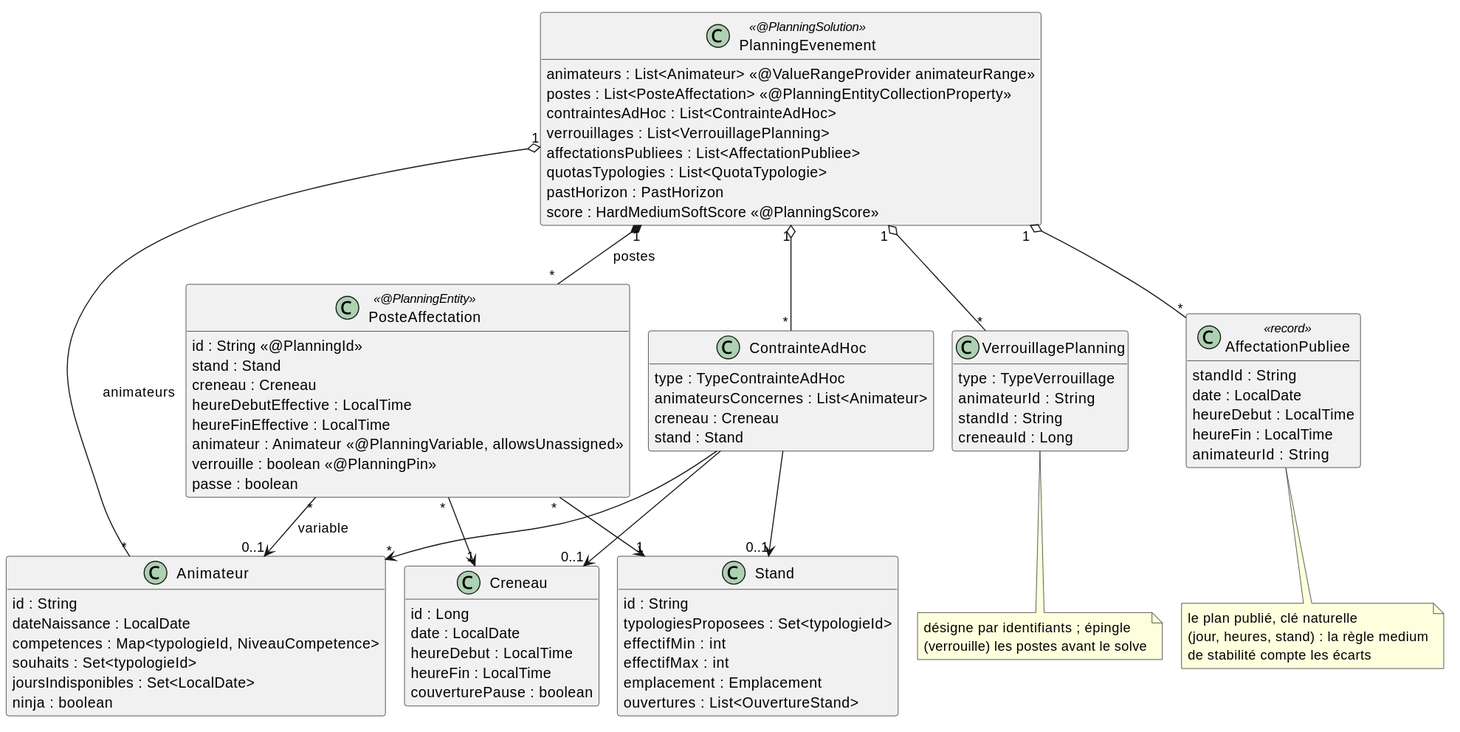
Above: docs/diagrammes/domaine.svg in sylvainmetayer/planning-equipes (PlantUML), before the change.
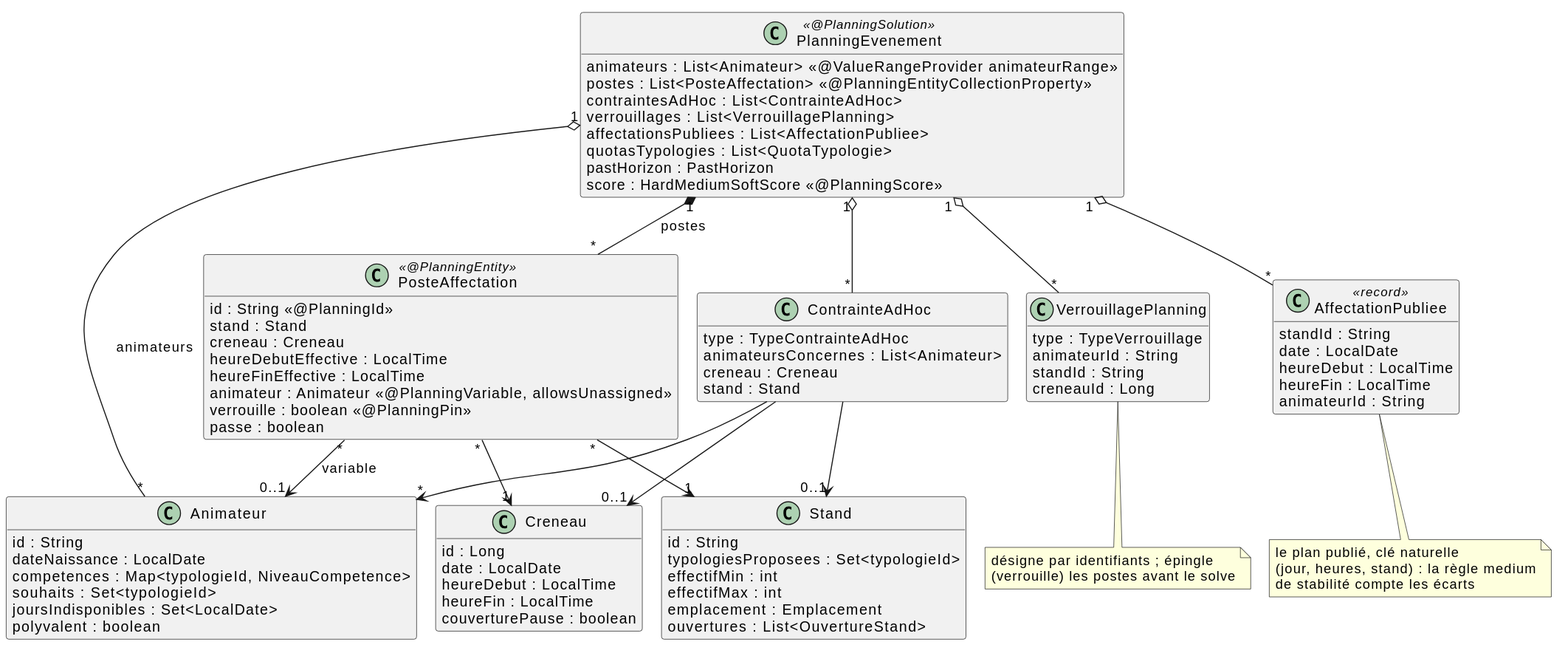
Later version of the same file.

Change to the diagram source:
```diff
@@ -32,7 +32,7 @@
   competences : Map<typologieId, NiveauCompetence>
   souhaits : Set<typologieId>
   joursIndisponibles : Set<LocalDate>
-  ninja : boolean
+  polyvalent : boolean
 }
 
 class Stand {
```
